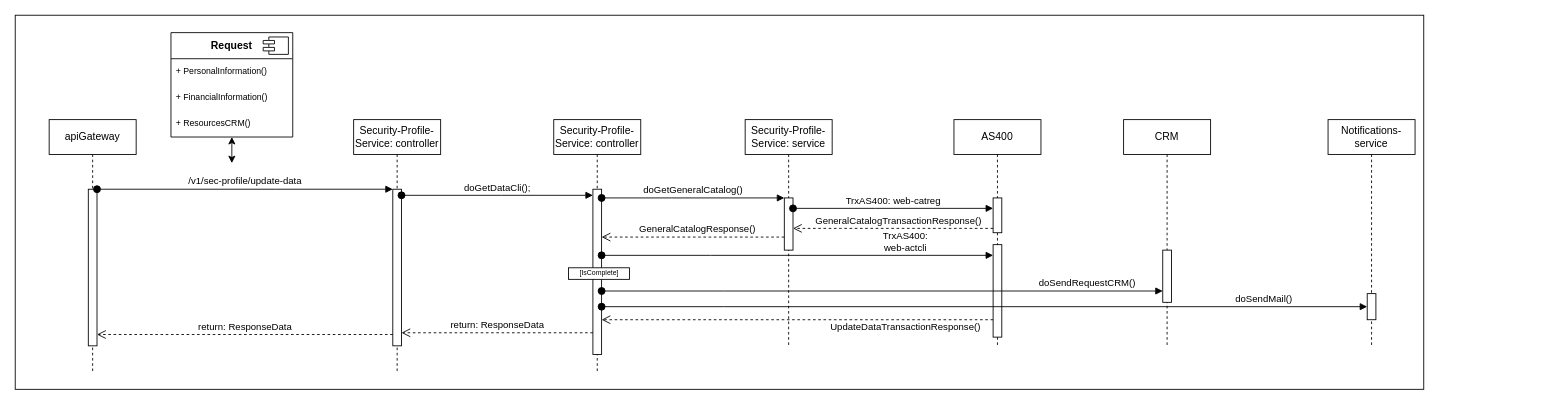
This is 9no endpoint; actualizacion de datos.drawio from StevenGpByte/ActualizacionDatos, a draw.io file, before an edit. Source tidied: cells renumbered, new cells numbered last; positions are measured from the earlier drawing's top-left corner, leaving out a move shared by most shapes. Both pictures are drawn from the tidied source at 87%, with x=0, y=0 at pixel (15, 15).
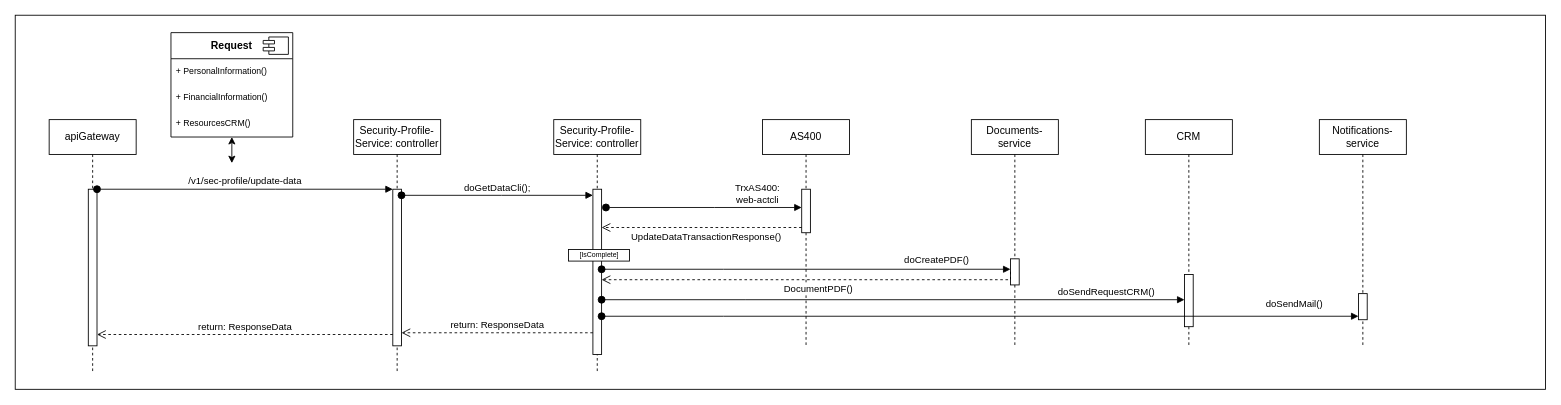
After the change.

The change refers to these unchanged cells:
```xml
<mxCell id="10" style="html=1;points=[];perimeter=orthogonalPerimeter;outlineConnect=0;targetShapes=umlLifeline;portConstraint=eastwest;newEdgeStyle={&quot;edgeStyle&quot;:&quot;elbowEdgeStyle&quot;,&quot;elbow&quot;:&quot;vertical&quot;,&quot;curved&quot;:0,&quot;rounded&quot;:0};" parent="9" vertex="1">
  <mxGeometry x="45" y="80" width="10" height="190" as="geometry" />
</mxCell>
<mxCell id="37" style="html=1;points=[];perimeter=orthogonalPerimeter;outlineConnect=0;targetShapes=umlLifeline;portConstraint=eastwest;newEdgeStyle={&quot;edgeStyle&quot;:&quot;elbowEdgeStyle&quot;,&quot;elbow&quot;:&quot;vertical&quot;,&quot;curved&quot;:0,&quot;rounded&quot;:0};" parent="36" vertex="1">
  <mxGeometry x="45" y="200" width="10" height="30" as="geometry" />
</mxCell>
```

The edit, as a diff of the source:
```diff
@@
     <mxCell id="2" style="rounded=0;whiteSpace=wrap;html=1;" parent="1" vertex="1">
-      <mxGeometry width="1619" height="430" as="geometry" />
+      <mxGeometry width="1759" height="430" as="geometry" />
     </mxCell>
@@
     <mxCell id="11" value="AS400" style="shape=umlLifeline;perimeter=lifelinePerimeter;whiteSpace=wrap;html=1;newEdgeStyle={&quot;edgeStyle&quot;:&quot;elbowEdgeStyle&quot;,&quot;elbow&quot;:&quot;vertical&quot;,&quot;curved&quot;:0,&quot;rounded&quot;:0};" parent="1" vertex="1">
-      <mxGeometry x="1079" y="120" width="100" height="260" as="geometry" />
+      <mxGeometry x="859" y="120" width="100" height="260" as="geometry" />
     </mxCell>
-    <mxCell id="12" style="html=1;perimeter=orthogonalPerimeter;targetShapes=umlLifeline;newEdgeStyle={&quot;edgeStyle&quot;:&quot;elbowEdgeStyle&quot;,&quot;elbow&quot;:&quot;vertical&quot;,&quot;curved&quot;:0,&quot;rounded&quot;:0};" parent="11" vertex="1">
-      <mxGeometry x="45" y="90" width="10" height="40" as="geometry" />
-    </mxCell>
     <mxCell id="13" style="html=1;perimeter=orthogonalPerimeter;targetShapes=umlLifeline;newEdgeStyle={&quot;edgeStyle&quot;:&quot;elbowEdgeStyle&quot;,&quot;elbow&quot;:&quot;vertical&quot;,&quot;curved&quot;:0,&quot;rounded&quot;:0};" parent="11" vertex="1">
-      <mxGeometry x="45" y="143.7" width="10" height="106.3" as="geometry" />
+      <mxGeometry x="45" y="80" width="10" height="50" as="geometry" />
     </mxCell>
     <mxCell id="14" value="TrxAS400:&lt;br style=&quot;border-color: var(--border-color);&quot;&gt;web-actcli" style="html=1;verticalAlign=bottom;startArrow=oval;endArrow=block;startSize=8;edgeStyle=elbowEdgeStyle;elbow=vertical;curved=0;rounded=0;" parent="1" edge="1">
       <mxGeometry x="0.55" relative="1" as="geometry">
-        <mxPoint x="674" y="276" as="sourcePoint" />
-        <mxPoint x="1124" y="276" as="targetPoint" />
+        <mxPoint x="679" y="221" as="sourcePoint" />
+        <mxPoint x="904" y="221" as="targetPoint" />
         <Array as="points">
-          <mxPoint x="799" y="276" />
-          <mxPoint x="819" y="286" />
-          <mxPoint x="799" y="226" />
-          <mxPoint x="779" y="286" />
-          <mxPoint x="799" y="226" />
-          <mxPoint x="834" y="266" />
+          <mxPoint x="804" y="221" />
+          <mxPoint x="824" y="231" />
+          <mxPoint x="804" y="171" />
+          <mxPoint x="784" y="231" />
+          <mxPoint x="804" y="171" />
+          <mxPoint x="839" y="211" />
         </Array>
       </mxGeometry>
     </mxCell>
@@
-    <mxCell id="21" value="UpdateDataTransactionResponse()" style="html=1;verticalAlign=bottom;endArrow=open;dashed=1;endSize=8;edgeStyle=elbowEdgeStyle;elbow=vertical;curved=0;rounded=0;" parent="1" edge="1">
-      <mxGeometry x="-0.55" y="17" relative="1" as="geometry">
-        <mxPoint x="1124" y="350" as="sourcePoint" />
-        <mxPoint x="674" y="350" as="targetPoint" />
-        <Array as="points">
-          <mxPoint x="809" y="350" />
-          <mxPoint x="819" y="370" />
-          <mxPoint x="794" y="360" />
-          <mxPoint x="704" y="340" />
-          <mxPoint x="744" y="320" />
-          <mxPoint x="674" y="450" />
-          <mxPoint x="574" y="440" />
-        </Array>
-      </mxGeometry>
-    </mxCell>
@@
-    <mxCell id="24" value="Security-Profile-Service: service" style="shape=umlLifeline;perimeter=lifelinePerimeter;whiteSpace=wrap;html=1;newEdgeStyle={&quot;edgeStyle&quot;:&quot;elbowEdgeStyle&quot;,&quot;elbow&quot;:&quot;vertical&quot;,&quot;curved&quot;:0,&quot;rounded&quot;:0};" parent="1" vertex="1">
-      <mxGeometry x="839" y="120" width="100" height="260" as="geometry" />
-    </mxCell>
-    <mxCell id="25" style="html=1;perimeter=orthogonalPerimeter;targetShapes=umlLifeline;newEdgeStyle={&quot;edgeStyle&quot;:&quot;elbowEdgeStyle&quot;,&quot;elbow&quot;:&quot;vertical&quot;,&quot;curved&quot;:0,&quot;rounded&quot;:0};" parent="24" vertex="1">
-      <mxGeometry x="45" y="90" width="10" height="60" as="geometry" />
-    </mxCell>
-    <mxCell id="26" value="doGetGeneralCatalog()" style="html=1;verticalAlign=bottom;startArrow=oval;endArrow=block;startSize=8;edgeStyle=elbowEdgeStyle;elbow=vertical;curved=0;rounded=0;" parent="1" edge="1">
-      <mxGeometry relative="1" as="geometry">
-        <mxPoint x="674" y="210" as="sourcePoint" />
-        <mxPoint x="884" y="210" as="targetPoint" />
-        <Array as="points">
-          <mxPoint x="754" y="210" />
-          <mxPoint x="679" y="210" />
-        </Array>
-      </mxGeometry>
-    </mxCell>
-    <mxCell id="27" value="GeneralCatalogTransactionResponse()" style="html=1;verticalAlign=bottom;endArrow=open;dashed=1;endSize=8;edgeStyle=elbowEdgeStyle;elbow=vertical;curved=0;rounded=0;" parent="1" edge="1">
-      <mxGeometry x="-0.05" relative="1" as="geometry">
-        <mxPoint x="1124" y="245" as="sourcePoint" />
-        <mxPoint x="894" y="245" as="targetPoint" />
-        <Array as="points">
-          <mxPoint x="949" y="245" />
-          <mxPoint x="834" y="265" />
-          <mxPoint x="809" y="255" />
-          <mxPoint x="719" y="235" />
-          <mxPoint x="759" y="215" />
-          <mxPoint x="689" y="345" />
-          <mxPoint x="589" y="335" />
-        </Array>
-      </mxGeometry>
-    </mxCell>
-    <mxCell id="28" value="TrxAS400: web-catreg" style="html=1;verticalAlign=bottom;startArrow=oval;endArrow=block;startSize=8;edgeStyle=elbowEdgeStyle;elbow=vertical;curved=0;rounded=0;" parent="1" edge="1">
-      <mxGeometry relative="1" as="geometry">
-        <mxPoint x="894" y="222" as="sourcePoint" />
-        <mxPoint x="1124" y="222" as="targetPoint" />
-        <Array as="points">
-          <mxPoint x="989" y="222" />
-          <mxPoint x="914" y="222" />
-        </Array>
-      </mxGeometry>
-    </mxCell>
-    <mxCell id="29" value="GeneralCatalogResponse()" style="html=1;verticalAlign=bottom;endArrow=open;dashed=1;endSize=8;edgeStyle=elbowEdgeStyle;elbow=vertical;curved=0;rounded=0;" parent="1" edge="1">
-      <mxGeometry x="-0.05" relative="1" as="geometry">
-        <mxPoint x="884" y="255" as="sourcePoint" />
-        <mxPoint x="674" y="255" as="targetPoint" />
-        <Array as="points">
-          <mxPoint x="744" y="255" />
-          <mxPoint x="629" y="275" />
-          <mxPoint x="604" y="265" />
-          <mxPoint x="514" y="245" />
-          <mxPoint x="554" y="225" />
-          <mxPoint x="484" y="355" />
-          <mxPoint x="384" y="345" />
-        </Array>
-      </mxGeometry>
-    </mxCell>
     <mxCell id="30" value="CRM" style="shape=umlLifeline;perimeter=lifelinePerimeter;whiteSpace=wrap;html=1;newEdgeStyle={&quot;edgeStyle&quot;:&quot;elbowEdgeStyle&quot;,&quot;elbow&quot;:&quot;vertical&quot;,&quot;curved&quot;:0,&quot;rounded&quot;:0};" parent="1" vertex="1">
-      <mxGeometry x="1274" y="120" width="100" height="260" as="geometry" />
+      <mxGeometry x="1299" y="120" width="100" height="260" as="geometry" />
     </mxCell>
     <mxCell id="31" style="html=1;perimeter=orthogonalPerimeter;targetShapes=umlLifeline;newEdgeStyle={&quot;edgeStyle&quot;:&quot;elbowEdgeStyle&quot;,&quot;elbow&quot;:&quot;vertical&quot;,&quot;curved&quot;:0,&quot;rounded&quot;:0};" parent="30" vertex="1">
-      <mxGeometry x="45" y="150" width="10" height="60" as="geometry" />
+      <mxGeometry x="45" y="178" width="10" height="60" as="geometry" />
     </mxCell>
-    <mxCell id="32" value="doSendRequestCRM()" style="html=1;verticalAlign=bottom;startArrow=oval;endArrow=block;startSize=8;edgeStyle=elbowEdgeStyle;elbow=vertical;curved=0;rounded=0;" parent="1" edge="1">
-      <mxGeometry x="0.73" relative="1" as="geometry">
-        <mxPoint x="674" y="317" as="sourcePoint" />
-        <mxPoint x="1319" y="317" as="targetPoint" />
+    <mxCell id="32" value="doCreatePDF()" style="html=1;verticalAlign=bottom;startArrow=oval;endArrow=block;startSize=8;edgeStyle=elbowEdgeStyle;elbow=vertical;curved=0;rounded=0;" parent="1" edge="1" source="10" target="40">
+      <mxGeometry x="0.64" y="2" relative="1" as="geometry">
         <Array as="points">
-          <mxPoint x="814" y="317" />
-          <mxPoint x="834" y="327" />
-          <mxPoint x="814" y="267" />
-          <mxPoint x="794" y="327" />
-          <mxPoint x="814" y="267" />
-          <mxPoint x="849" y="307" />
+          <mxPoint x="814" y="292" />
+          <mxPoint x="834" y="302" />
+          <mxPoint x="814" y="242" />
+          <mxPoint x="794" y="302" />
+          <mxPoint x="814" y="242" />
+          <mxPoint x="849" y="282" />
         </Array>
       </mxGeometry>
     </mxCell>
     <mxCell id="33" style="group;" parent="1" vertex="1">
-      <mxGeometry x="636" y="287" width="70" height="20" as="geometry" />
+      <mxGeometry x="636" y="266" width="70" height="20" as="geometry" />
     </mxCell>
@@
     <mxCell id="36" value="Notifications-service" style="shape=umlLifeline;perimeter=lifelinePerimeter;whiteSpace=wrap;html=1;newEdgeStyle={&quot;edgeStyle&quot;:&quot;elbowEdgeStyle&quot;,&quot;elbow&quot;:&quot;vertical&quot;,&quot;curved&quot;:0,&quot;rounded&quot;:0};" parent="1" vertex="1">
-      <mxGeometry x="1509" y="120" width="100" height="260" as="geometry" />
+      <mxGeometry x="1499" y="120" width="100" height="260" as="geometry" />
     </mxCell>
@@
-    <mxCell id="38" value="doSendMail()" style="html=1;verticalAlign=bottom;startArrow=oval;endArrow=block;startSize=8;edgeStyle=elbowEdgeStyle;elbow=vertical;curved=0;rounded=0;" parent="1" edge="1" target="37">
-      <mxGeometry x="0.73" relative="1" as="geometry">
-        <mxPoint x="674" y="335" as="sourcePoint" />
+    <mxCell id="38" value="doSendMail()" style="html=1;verticalAlign=bottom;startArrow=oval;endArrow=block;startSize=8;edgeStyle=elbowEdgeStyle;elbow=vertical;curved=0;rounded=0;" parent="1" edge="1">
+      <mxGeometry x="0.83" y="5" relative="1" as="geometry">
+        <mxPoint x="674" y="346" as="sourcePoint" />
+        <mxPoint x="1544" y="346" as="targetPoint" />
         <Array as="points">
-          <mxPoint x="814" y="335" />
-          <mxPoint x="834" y="345" />
-          <mxPoint x="814" y="285" />
-          <mxPoint x="794" y="345" />
-          <mxPoint x="814" y="285" />
-          <mxPoint x="849" y="325" />
+          <mxPoint x="814" y="346" />
+          <mxPoint x="834" y="356" />
+          <mxPoint x="814" y="296" />
+          <mxPoint x="794" y="356" />
+          <mxPoint x="814" y="296" />
+          <mxPoint x="849" y="336" />
         </Array>
       </mxGeometry>
     </mxCell>
+    <mxCell id="39" value="Documents-service" style="shape=umlLifeline;perimeter=lifelinePerimeter;whiteSpace=wrap;html=1;newEdgeStyle={&quot;edgeStyle&quot;:&quot;elbowEdgeStyle&quot;,&quot;elbow&quot;:&quot;vertical&quot;,&quot;curved&quot;:0,&quot;rounded&quot;:0};" parent="1" vertex="1">
+      <mxGeometry x="1099" y="120" width="100" height="260" as="geometry" />
+    </mxCell>
+    <mxCell id="40" style="html=1;points=[];perimeter=orthogonalPerimeter;outlineConnect=0;targetShapes=umlLifeline;portConstraint=eastwest;newEdgeStyle={&quot;edgeStyle&quot;:&quot;elbowEdgeStyle&quot;,&quot;elbow&quot;:&quot;vertical&quot;,&quot;curved&quot;:0,&quot;rounded&quot;:0};" parent="39" vertex="1">
+      <mxGeometry x="45" y="160" width="10" height="30" as="geometry" />
+    </mxCell>
+    <mxCell id="21" value="UpdateDataTransactionResponse()" style="html=1;verticalAlign=bottom;endArrow=open;dashed=1;endSize=8;edgeStyle=elbowEdgeStyle;elbow=vertical;curved=0;rounded=0;" parent="1" edge="1">
+      <mxGeometry x="-0.04" y="20" relative="1" as="geometry">
+        <mxPoint x="904" y="244" as="sourcePoint" />
+        <mxPoint x="674" y="244" as="targetPoint" />
+        <Array as="points">
+          <mxPoint x="849" y="244" />
+          <mxPoint x="814" y="268.7" />
+          <mxPoint x="789" y="258.7" />
+          <mxPoint x="699" y="238.7" />
+          <mxPoint x="739" y="218.7" />
+          <mxPoint x="669" y="348.7" />
+          <mxPoint x="569" y="338.7" />
+        </Array>
+      </mxGeometry>
+    </mxCell>
+    <mxCell id="41" value="doSendRequestCRM()" style="html=1;verticalAlign=bottom;startArrow=oval;endArrow=block;startSize=8;edgeStyle=elbowEdgeStyle;elbow=vertical;curved=0;rounded=0;" parent="1" edge="1" source="10">
+      <mxGeometry x="0.73" relative="1" as="geometry">
+        <mxPoint x="1344" y="327" as="targetPoint" />
+        <Array as="points">
+          <mxPoint x="839" y="327" />
+          <mxPoint x="859" y="337" />
+          <mxPoint x="839" y="277" />
+          <mxPoint x="819" y="337" />
+          <mxPoint x="839" y="277" />
+          <mxPoint x="874" y="317" />
+        </Array>
+      </mxGeometry>
+    </mxCell>
+    <mxCell id="42" value="DocumentPDF()" style="html=1;verticalAlign=bottom;endArrow=open;dashed=1;endSize=8;edgeStyle=elbowEdgeStyle;elbow=vertical;curved=0;rounded=0;" parent="1" edge="1" target="10">
+      <mxGeometry x="-0.04" y="20" relative="1" as="geometry">
+        <mxPoint x="1144" y="294.8" as="sourcePoint" />
+        <Array as="points">
+          <mxPoint x="669" y="304" />
+          <mxPoint x="959" y="328.7" />
+          <mxPoint x="934" y="318.7" />
+          <mxPoint x="844" y="298.7" />
+          <mxPoint x="884" y="278.7" />
+          <mxPoint x="814" y="408.7" />
+          <mxPoint x="714" y="398.7" />
+        </Array>
+      </mxGeometry>
+    </mxCell>
```
